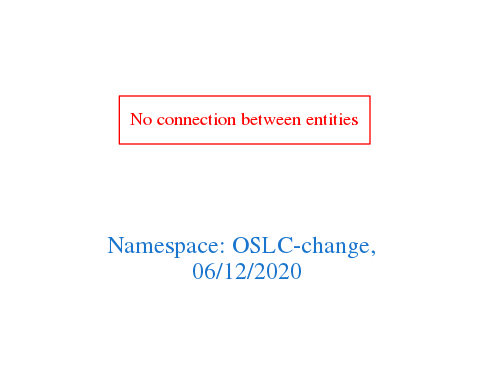
Earlier version of the Graphviz export downloads/OSLC-change.png (arago/OGIT). Its source is kept beside it as downloads/OSLC-change.dot.
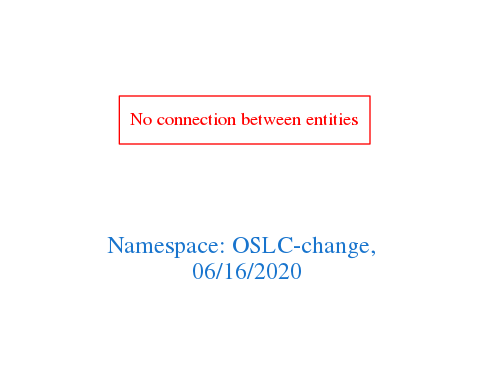
The same file after the commit.

The edit, as a diff of the source:
```diff
@@ -1,7 +1,7 @@
 digraph OGIT_ontology {
  graph [ rankdir= LR,pad=1
 fontsize = 18,
-fontcolor= dodgerblue3,label = "\n\n\nNamespace: OSLC-change, \n 06/12/2020"];
+fontcolor= dodgerblue3,label = "\n\n\nNamespace: OSLC-change, \n 06/16/2020"];
 node[shape=polygon];
 edge [  color="gray81"];
 
```
